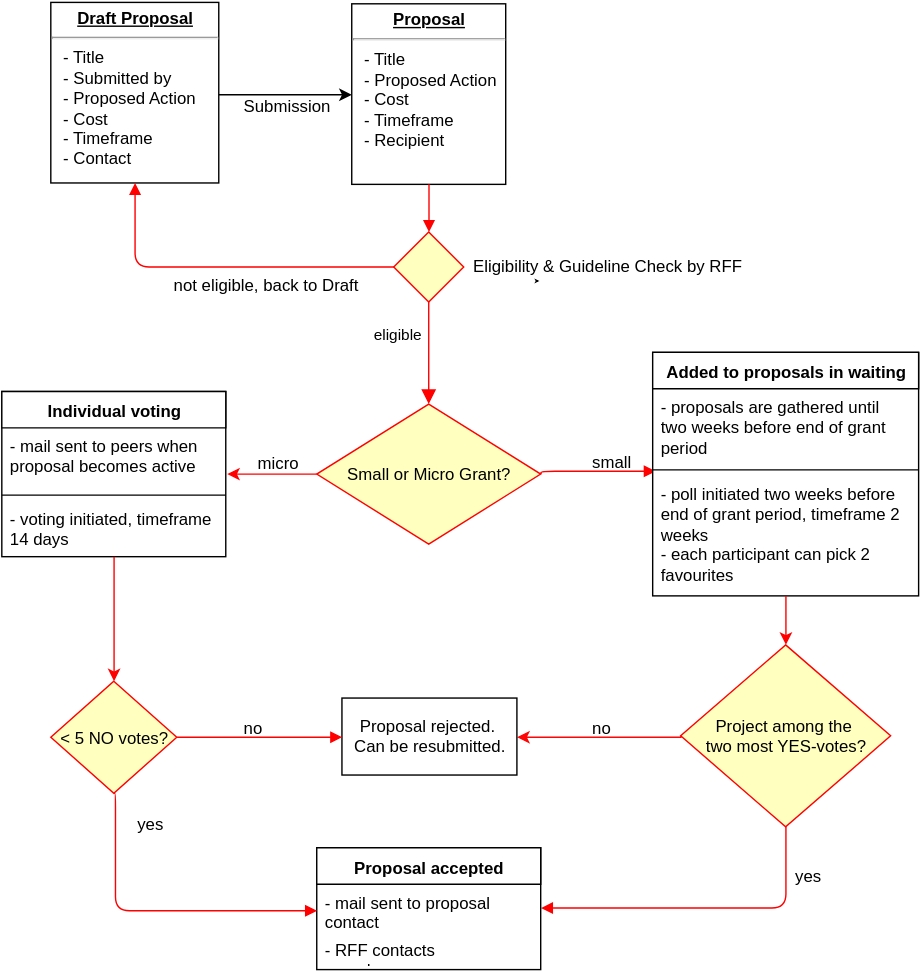
renewablefreedom/digitalwhistleblowingfund keeps this draw.io diagram as app/public/assets/images/decisiontree.svg. Above is the earlier version. Source tidied: cells renumbered, new cells last; positions are measured from the earlier drawing's top-left corner, leaving out a move shared by most shapes.
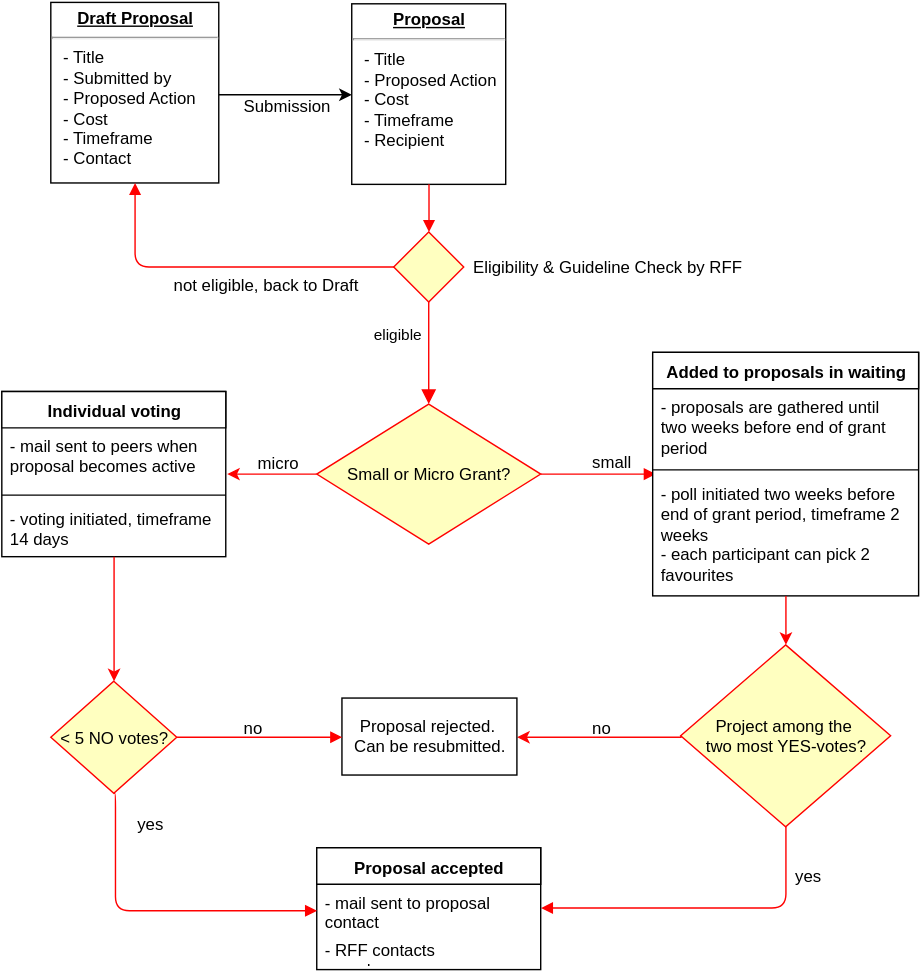
After the commit.

Commit message:
minor beautifixes in decision tree diagram

What changed in the source:
```diff
@@ -40,11 +40,9 @@
         <mxPoint x="161" y="337" as="targetPoint" />
       </mxGeometry>
     </mxCell>
-    <mxCell id="11" style="edgeStyle=orthogonalEdgeStyle;rounded=1;html=1;endArrow=block;endFill=1;endSize=6;jettySize=auto;strokeColor=#FF0000;fontSize=12;entryX=1.191;entryY=0.521;entryPerimeter=0;exitX=1;exitY=0.5;" parent="1" edge="1" source="12" target="25">
+    <mxCell id="11" style="edgeStyle=orthogonalEdgeStyle;rounded=1;html=1;endArrow=block;endFill=1;endSize=6;jettySize=auto;strokeColor=#FF0000;fontSize=12;entryX=1.191;entryY=0.521;entryPerimeter=0;exitX=1;exitY=0.5;" parent="1" edge="1" source="12">
       <mxGeometry relative="1" as="geometry">
-        <Array as="points">
-          <mxPoint x="385" y="335" />
-        </Array>
+        <mxPoint x="467.2" y="337" as="targetPoint" />
       </mxGeometry>
     </mxCell>
     <mxCell id="12" value="Small or Micro Grant?" style="rhombus;whiteSpace=wrap;html=1;fillColor=#ffffc0;strokeColor=#ff0000;" parent="1" vertex="1">
@@ -120,14 +118,8 @@
     <mxCell id="34" style="edgeStyle=orthogonalEdgeStyle;rounded=0;html=1;exitX=0.25;exitY=0;entryX=0.25;entryY=0;jettySize=auto;orthogonalLoop=1;" parent="1" edge="1" source="21" target="21">
       <mxGeometry relative="1" as="geometry" />
     </mxCell>
-    <mxCell id="35" style="edgeStyle=orthogonalEdgeStyle;rounded=0;html=1;exitX=0.5;exitY=0;entryX=0.5;entryY=0;jettySize=auto;orthogonalLoop=1;" parent="1" edge="1">
-      <mxGeometry relative="1" as="geometry">
-        <mxPoint x="383" y="199" as="sourcePoint" />
-        <mxPoint x="383" y="199" as="targetPoint" />
-      </mxGeometry>
-    </mxCell>
     <mxCell id="36" value="&lt;div&gt;&lt;span&gt;Eligibility &amp;amp; Guideline Check by RFF&lt;/span&gt;&lt;br&gt;&lt;/div&gt;&lt;div&gt;&lt;span&gt;&lt;br&gt;&lt;/span&gt;&lt;/div&gt;" style="text;html=1;align=left;verticalAlign=top;spacingTop=-4;" parent="1" vertex="1">
-      <mxGeometry x="335" y="179" width="210" height="30" as="geometry" />
+      <mxGeometry x="335" y="180" width="210" height="30" as="geometry" />
     </mxCell>
     <mxCell id="37" value="no&lt;div&gt;&lt;br&gt;&lt;/div&gt;" style="text;html=1;align=left;verticalAlign=top;spacingTop=-4;" parent="1" vertex="1">
       <mxGeometry x="420" y="509" width="30" height="30" as="geometry" />
```
